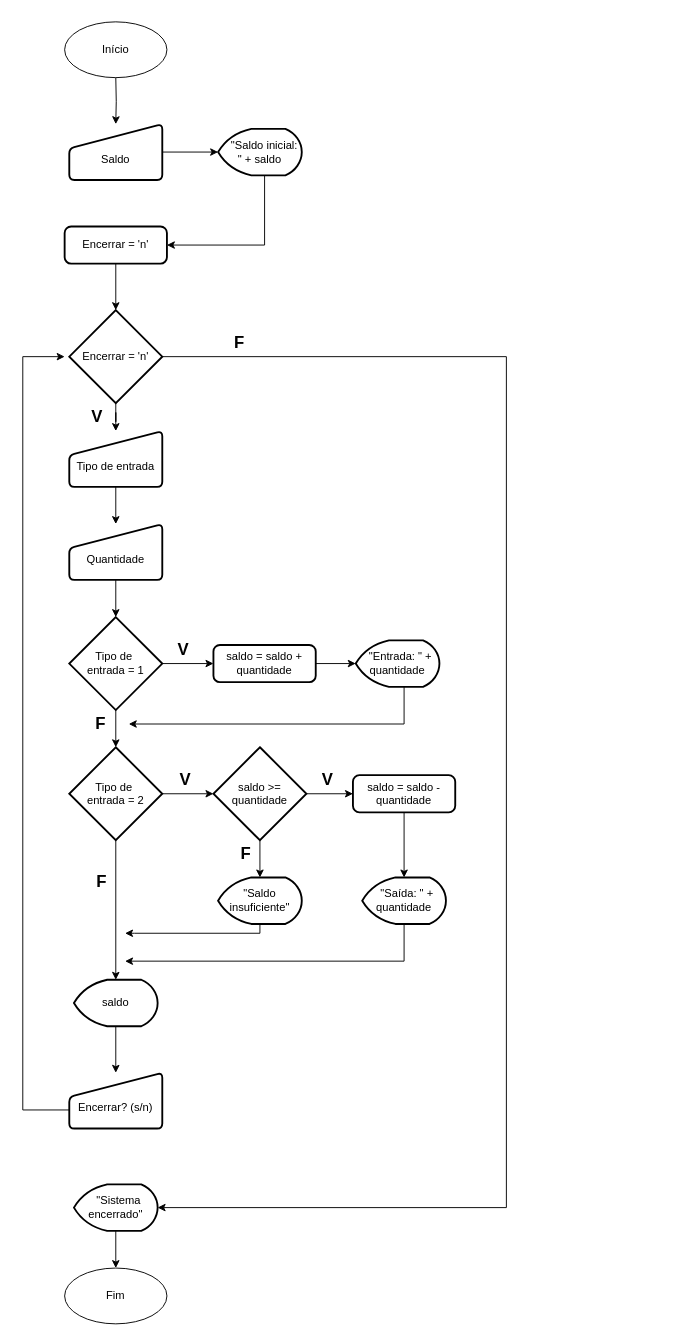
ramon-negreiros/fluxogramas keeps this draw.io diagram as Diagrama de Controle de Peças.drawio. Above is the earlier version. Source tidied: cells renumbered, new cells numbered last; positions are measured from the earlier drawing's top-left corner, leaving out a move shared by most shapes. Both pictures are drawn from the tidied source at 93%, with x=0, y=0 at pixel (22, 21).
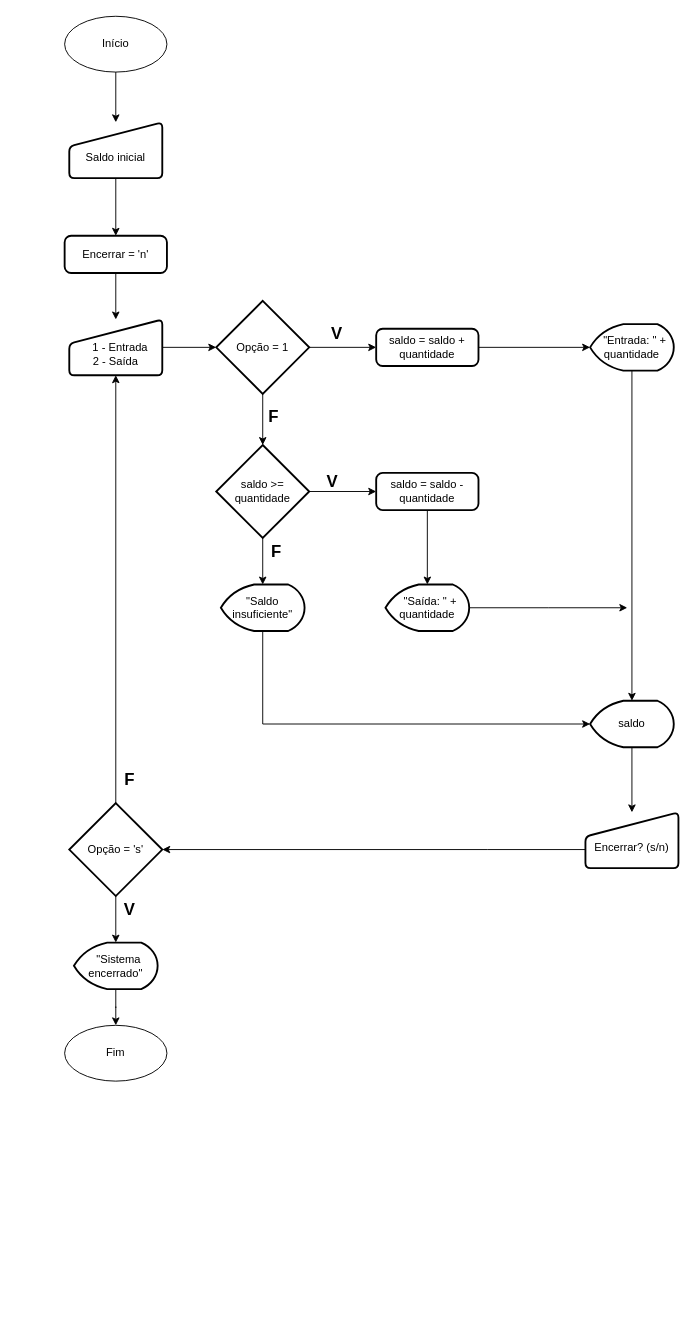
Above is the later version.

Diff of the diagram source:
```diff
@@
-    <mxCell id="2" style="edgeStyle=orthogonalEdgeStyle;rounded=0;jettySize=auto;html=1;" parent="1" edge="1" target="4">
-      <mxGeometry relative="1" as="geometry">
-        <mxPoint x="100" y="60" as="sourcePoint" />
-      </mxGeometry>
-    </mxCell>
-    <mxCell id="3" style="edgeStyle=orthogonalEdgeStyle;rounded=0;jettySize=auto;html=1;" parent="1" edge="1" source="4" target="6">
-      <mxGeometry relative="1" as="geometry" />
-    </mxCell>
+    <mxCell id="51" style="edgeStyle=orthogonalEdgeStyle;rounded=0;jettySize=auto;html=1;" parent="1" edge="1" source="4" target="8">
+      <mxGeometry relative="1" as="geometry" />
+    </mxCell>
-    <mxCell id="4" value="&lt;div&gt;&lt;br&gt;&lt;/div&gt;Saldo" style="html=1;strokeWidth=2;shape=manualInput;whiteSpace=wrap;rounded=1;size=26;arcSize=11;" parent="1" vertex="1">
-      <mxGeometry x="50" y="110" width="100" height="60" as="geometry" />
+    <mxCell id="4" value="&lt;div&gt;&lt;br&gt;&lt;/div&gt;&lt;div&gt;Saldo inicial&lt;/div&gt;" style="html=1;strokeWidth=2;shape=manualInput;whiteSpace=wrap;rounded=1;size=26;arcSize=11;" parent="1" vertex="1">
+      <mxGeometry x="50" y="108" width="100" height="60" as="geometry" />
     </mxCell>
-    <mxCell id="5" style="edgeStyle=orthogonalEdgeStyle;rounded=0;jettySize=auto;html=1;entryX=1;entryY=0.5;entryDx=0;entryDy=0;" parent="1" edge="1" source="6" target="8">
-      <mxGeometry relative="1" as="geometry">
-        <Array as="points">
-          <mxPoint x="260" y="240" />
-        </Array>
-      </mxGeometry>
-    </mxCell>
-    <mxCell id="6" value="&lt;div&gt;&lt;span style=&quot;background-color: transparent; color: light-dark(rgb(0, 0, 0), rgb(255, 255, 255));&quot;&gt;&amp;nbsp; &amp;nbsp;&quot;Saldo inicial: &quot; + saldo&lt;/span&gt;&lt;/div&gt;" style="strokeWidth=2;html=1;shape=mxgraph.flowchart.display;whiteSpace=wrap;" parent="1" vertex="1">
-      <mxGeometry x="210" y="115" width="90" height="50" as="geometry" />
-    </mxCell>
-    <mxCell id="7" style="edgeStyle=orthogonalEdgeStyle;rounded=0;jettySize=auto;html=1;" parent="1" edge="1" source="8" target="10">
-      <mxGeometry relative="1" as="geometry" />
-    </mxCell>
+    <mxCell id="52" style="edgeStyle=orthogonalEdgeStyle;rounded=0;jettySize=auto;html=1;" parent="1" edge="1" source="8" target="12">
+      <mxGeometry relative="1" as="geometry" />
+    </mxCell>
     <mxCell id="8" value="Encerrar = 'n'" style="rounded=1;whiteSpace=wrap;html=1;absoluteArcSize=1;arcSize=14;strokeWidth=2;" parent="1" vertex="1">
-      <mxGeometry x="45" y="220" width="110" height="40" as="geometry" />
+      <mxGeometry x="45" y="230" width="110" height="40" as="geometry" />
     </mxCell>
-    <mxCell id="9" style="edgeStyle=orthogonalEdgeStyle;rounded=0;jettySize=auto;html=1;" parent="1" edge="1" source="10" target="12">
-      <mxGeometry relative="1" as="geometry" />
-    </mxCell>
-    <mxCell id="10" value="Encerrar = 'n'" style="strokeWidth=2;html=1;shape=mxgraph.flowchart.decision;whiteSpace=wrap;" parent="1" vertex="1">
-      <mxGeometry x="50" y="310" width="100" height="100" as="geometry" />
-    </mxCell>
-    <mxCell id="11" style="edgeStyle=orthogonalEdgeStyle;rounded=0;jettySize=auto;html=1;" parent="1" edge="1" source="12" target="14">
-      <mxGeometry relative="1" as="geometry" />
-    </mxCell>
+    <mxCell id="53" style="edgeStyle=orthogonalEdgeStyle;rounded=0;jettySize=auto;html=1;" parent="1" edge="1" source="12" target="61">
+      <mxGeometry relative="1" as="geometry" />
+    </mxCell>
-    <mxCell id="12" value="&lt;div&gt;&lt;br&gt;&lt;/div&gt;Tipo de entrada" style="html=1;strokeWidth=2;shape=manualInput;whiteSpace=wrap;rounded=1;size=26;arcSize=11;" parent="1" vertex="1">
-      <mxGeometry x="50" y="440" width="100" height="60" as="geometry" />
+    <mxCell id="12" value="&lt;div&gt;&lt;br&gt;&lt;/div&gt;&amp;nbsp; &amp;nbsp;1 - Entrada&lt;div&gt;2 - Saída&lt;/div&gt;" style="html=1;strokeWidth=2;shape=manualInput;whiteSpace=wrap;rounded=1;size=26;arcSize=11;" parent="1" vertex="1">
+      <mxGeometry x="50" y="320" width="100" height="60" as="geometry" />
     </mxCell>
-    <mxCell id="13" style="edgeStyle=orthogonalEdgeStyle;rounded=0;jettySize=auto;html=1;" parent="1" edge="1" source="14" target="17">
-      <mxGeometry relative="1" as="geometry" />
-    </mxCell>
-    <mxCell id="14" value="&lt;div&gt;&lt;br&gt;&lt;/div&gt;Quantidade" style="html=1;strokeWidth=2;shape=manualInput;whiteSpace=wrap;rounded=1;size=26;arcSize=11;" parent="1" vertex="1">
-      <mxGeometry x="50" y="540" width="100" height="60" as="geometry" />
-    </mxCell>
-    <mxCell id="15" style="edgeStyle=orthogonalEdgeStyle;rounded=0;jettySize=auto;html=1;" parent="1" edge="1" source="17" target="19">
-      <mxGeometry relative="1" as="geometry" />
-    </mxCell>
-    <mxCell id="16" style="edgeStyle=orthogonalEdgeStyle;rounded=0;jettySize=auto;html=1;" parent="1" edge="1" source="17" target="24">
-      <mxGeometry relative="1" as="geometry" />
-    </mxCell>
-    <mxCell id="17" value="Tipo de&amp;nbsp;&lt;div&gt;entrada = 1&lt;/div&gt;" style="strokeWidth=2;html=1;shape=mxgraph.flowchart.decision;whiteSpace=wrap;" parent="1" vertex="1">
-      <mxGeometry x="50" y="640" width="100" height="100" as="geometry" />
-    </mxCell>
@@
     <mxCell id="19" value="saldo = saldo + quantidade" style="rounded=1;whiteSpace=wrap;html=1;absoluteArcSize=1;arcSize=14;strokeWidth=2;" parent="1" vertex="1">
-      <mxGeometry x="205" y="670" width="110" height="40" as="geometry" />
+      <mxGeometry x="380" y="330" width="110" height="40" as="geometry" />
     </mxCell>
-    <mxCell id="20" style="edgeStyle=orthogonalEdgeStyle;rounded=0;jettySize=auto;html=1;entryX=1;entryY=0.5;entryDx=0;entryDy=0;" parent="1" edge="1" source="21" target="25">
-      <mxGeometry relative="1" as="geometry">
-        <Array as="points">
-          <mxPoint x="410" y="755" />
-        </Array>
-      </mxGeometry>
-    </mxCell>
     <mxCell id="21" value="&amp;nbsp; &quot;Entrada: &quot; + quantidade" style="strokeWidth=2;html=1;shape=mxgraph.flowchart.display;whiteSpace=wrap;" parent="1" vertex="1">
-      <mxGeometry x="358" y="665" width="90" height="50" as="geometry" />
+      <mxGeometry x="610" y="325" width="90" height="50" as="geometry" />
     </mxCell>
-    <mxCell id="22" value="&lt;b&gt;&lt;font style=&quot;font-size: 18px;&quot;&gt;V&lt;/font&gt;&lt;/b&gt;" style="text;strokeColor=none;align=center;fillColor=none;html=1;verticalAlign=middle;whiteSpace=wrap;rounded=0;" parent="1" vertex="1">
-      <mxGeometry x="143" y="660" width="60" height="30" as="geometry" />
-    </mxCell>
-    <mxCell id="23" style="edgeStyle=orthogonalEdgeStyle;rounded=0;jettySize=auto;html=1;" parent="1" edge="1" source="24" target="28">
-      <mxGeometry relative="1" as="geometry" />
-    </mxCell>
-    <mxCell id="24" value="Tipo de&amp;nbsp;&lt;div&gt;entrada = 2&lt;/div&gt;" style="strokeWidth=2;html=1;shape=mxgraph.flowchart.decision;whiteSpace=wrap;" parent="1" vertex="1">
-      <mxGeometry x="50" y="780" width="100" height="100" as="geometry" />
-    </mxCell>
-    <mxCell id="25" value="&lt;b&gt;&lt;font style=&quot;font-size: 18px;&quot;&gt;F&lt;/font&gt;&lt;/b&gt;" style="text;strokeColor=none;align=center;fillColor=none;html=1;verticalAlign=middle;whiteSpace=wrap;rounded=0;" parent="1" vertex="1">
-      <mxGeometry x="54" y="740" width="60" height="30" as="geometry" />
-    </mxCell>
@@
     <mxCell id="28" value="saldo &amp;gt;= quantidade" style="strokeWidth=2;html=1;shape=mxgraph.flowchart.decision;whiteSpace=wrap;" parent="1" vertex="1">
-      <mxGeometry x="205" y="780" width="100" height="100" as="geometry" />
+      <mxGeometry x="208" y="455" width="100" height="100" as="geometry" />
     </mxCell>
-    <mxCell id="29" value="&lt;b&gt;&lt;font style=&quot;font-size: 18px;&quot;&gt;V&lt;/font&gt;&lt;/b&gt;" style="text;strokeColor=none;align=center;fillColor=none;html=1;verticalAlign=middle;whiteSpace=wrap;rounded=0;" parent="1" vertex="1">
-      <mxGeometry x="145" y="800" width="60" height="30" as="geometry" />
-    </mxCell>
@@
     <mxCell id="31" value="saldo = saldo - quantidade" style="rounded=1;whiteSpace=wrap;html=1;absoluteArcSize=1;arcSize=14;strokeWidth=2;" parent="1" vertex="1">
-      <mxGeometry x="355" y="810" width="110" height="40" as="geometry" />
+      <mxGeometry x="380" y="485" width="110" height="40" as="geometry" />
     </mxCell>
     <mxCell id="32" value="&lt;b&gt;&lt;font style=&quot;font-size: 18px;&quot;&gt;V&lt;/font&gt;&lt;/b&gt;" style="text;strokeColor=none;align=center;fillColor=none;html=1;verticalAlign=middle;whiteSpace=wrap;rounded=0;" parent="1" vertex="1">
-      <mxGeometry x="298" y="800" width="60" height="30" as="geometry" />
+      <mxGeometry x="303" y="480" width="60" height="30" as="geometry" />
     </mxCell>
-    <mxCell id="33" style="edgeStyle=orthogonalEdgeStyle;rounded=0;jettySize=auto;html=1;" parent="1" edge="1" source="34">
-      <mxGeometry relative="1" as="geometry">
-        <mxPoint x="110" y="980" as="targetPoint" />
-        <Array as="points">
-          <mxPoint x="255" y="980" />
-          <mxPoint x="120" y="980" />
-        </Array>
-      </mxGeometry>
-    </mxCell>
     <mxCell id="34" value="&quot;Saldo insuficiente&quot;" style="strokeWidth=2;html=1;shape=mxgraph.flowchart.display;whiteSpace=wrap;" parent="1" vertex="1">
-      <mxGeometry x="210" y="920" width="90" height="50" as="geometry" />
+      <mxGeometry x="213" y="605" width="90" height="50" as="geometry" />
     </mxCell>
     <mxCell id="35" value="&lt;b&gt;&lt;font style=&quot;font-size: 18px;&quot;&gt;F&lt;/font&gt;&lt;/b&gt;" style="text;strokeColor=none;align=center;fillColor=none;html=1;verticalAlign=middle;whiteSpace=wrap;rounded=0;" parent="1" vertex="1">
-      <mxGeometry x="210" y="880" width="60" height="30" as="geometry" />
+      <mxGeometry x="243" y="555" width="60" height="30" as="geometry" />
     </mxCell>
-    <mxCell id="36" style="edgeStyle=orthogonalEdgeStyle;rounded=0;jettySize=auto;html=1;" parent="1" edge="1" source="37">
-      <mxGeometry relative="1" as="geometry">
-        <mxPoint x="110" y="1010" as="targetPoint" />
-        <Array as="points">
-          <mxPoint x="410" y="1010" />
-        </Array>
-      </mxGeometry>
-    </mxCell>
+    <mxCell id="54" style="edgeStyle=orthogonalEdgeStyle;rounded=0;jettySize=auto;html=1;" parent="1" edge="1" source="37">
+      <mxGeometry relative="1" as="geometry">
+        <mxPoint x="650" y="630" as="targetPoint" />
+      </mxGeometry>
+    </mxCell>
     <mxCell id="37" value="&amp;nbsp; &quot;Saída: &quot; + quantidade" style="strokeWidth=2;html=1;shape=mxgraph.flowchart.display;whiteSpace=wrap;" parent="1" vertex="1">
-      <mxGeometry x="365" y="920" width="90" height="50" as="geometry" />
+      <mxGeometry x="390" y="605" width="90" height="50" as="geometry" />
     </mxCell>
@@
     <mxCell id="39" value="saldo" style="strokeWidth=2;html=1;shape=mxgraph.flowchart.display;whiteSpace=wrap;" parent="1" vertex="1">
-      <mxGeometry x="55" y="1030" width="90" height="50" as="geometry" />
+      <mxGeometry x="610" y="730" width="90" height="50" as="geometry" />
     </mxCell>
-    <mxCell id="40" style="edgeStyle=orthogonalEdgeStyle;rounded=0;jettySize=auto;html=1;entryX=0.5;entryY=0;entryDx=0;entryDy=0;entryPerimeter=0;" parent="1" edge="1" source="24" target="39">
-      <mxGeometry relative="1" as="geometry" />
-    </mxCell>
-    <mxCell id="41" value="&lt;b&gt;&lt;font style=&quot;font-size: 18px;&quot;&gt;F&lt;/font&gt;&lt;/b&gt;" style="text;strokeColor=none;align=center;fillColor=none;html=1;verticalAlign=middle;whiteSpace=wrap;rounded=0;" parent="1" vertex="1">
-      <mxGeometry x="55" y="910" width="60" height="30" as="geometry" />
-    </mxCell>
-    <mxCell id="42" style="edgeStyle=orthogonalEdgeStyle;rounded=0;jettySize=auto;html=1;" parent="1" edge="1" source="43">
-      <mxGeometry relative="1" as="geometry">
-        <mxPoint x="45" y="360" as="targetPoint" />
-        <Array as="points">
-          <mxPoint y="1170" />
-          <mxPoint y="360" />
-          <mxPoint x="45" y="360" />
-        </Array>
-      </mxGeometry>
-    </mxCell>
+    <mxCell id="55" style="edgeStyle=orthogonalEdgeStyle;rounded=0;jettySize=auto;html=1;" parent="1" edge="1" source="43" target="66">
+      <mxGeometry relative="1" as="geometry">
+        <Array as="points">
+          <mxPoint x="500" y="890" />
+          <mxPoint x="500" y="890" />
+        </Array>
+      </mxGeometry>
+    </mxCell>
     <mxCell id="43" value="&lt;div&gt;&lt;br&gt;&lt;/div&gt;Encerrar? (s/n)" style="html=1;strokeWidth=2;shape=manualInput;whiteSpace=wrap;rounded=1;size=26;arcSize=11;" parent="1" vertex="1">
-      <mxGeometry x="50" y="1130" width="100" height="60" as="geometry" />
+      <mxGeometry x="605" y="850" width="100" height="60" as="geometry" />
     </mxCell>
@@
     <mxCell id="45" value="&amp;nbsp; &quot;Sistema encerrado&quot;" style="strokeWidth=2;html=1;shape=mxgraph.flowchart.display;whiteSpace=wrap;" parent="1" vertex="1">
-      <mxGeometry x="55" y="1250" width="90" height="50" as="geometry" />
+      <mxGeometry x="55" y="990" width="90" height="50" as="geometry" />
     </mxCell>
-    <mxCell id="46" style="edgeStyle=orthogonalEdgeStyle;rounded=0;jettySize=auto;html=1;entryX=1;entryY=0.5;entryDx=0;entryDy=0;entryPerimeter=0;" parent="1" edge="1" source="10" target="45">
-      <mxGeometry relative="1" as="geometry">
-        <Array as="points">
-          <mxPoint x="520" y="360" />
-          <mxPoint x="520" y="1275" />
-        </Array>
-      </mxGeometry>
-    </mxCell>
-    <mxCell id="47" value="&lt;b&gt;&lt;font style=&quot;font-size: 18px;&quot;&gt;F&lt;/font&gt;&lt;/b&gt;" style="text;strokeColor=none;align=center;fillColor=none;html=1;verticalAlign=middle;whiteSpace=wrap;rounded=0;" parent="1" vertex="1">
-      <mxGeometry x="203" y="330" width="60" height="30" as="geometry" />
-    </mxCell>
-    <mxCell id="48" value="&lt;b&gt;&lt;font style=&quot;font-size: 18px;&quot;&gt;V&lt;/font&gt;&lt;/b&gt;" style="text;strokeColor=none;align=center;fillColor=none;html=1;verticalAlign=middle;whiteSpace=wrap;rounded=0;" parent="1" vertex="1">
-      <mxGeometry x="50" y="410" width="60" height="30" as="geometry" />
-    </mxCell>
     <mxCell id="49" value="Fim" style="ellipse;whiteSpace=wrap;html=1;" parent="1" vertex="1">
-      <mxGeometry x="45" y="1340" width="110" height="60" as="geometry" />
+      <mxGeometry x="45" y="1079" width="110" height="60" as="geometry" />
     </mxCell>
+    <mxCell id="56" style="edgeStyle=orthogonalEdgeStyle;rounded=0;jettySize=auto;html=1;" parent="1" edge="1" source="50" target="4">
+      <mxGeometry relative="1" as="geometry" />
+    </mxCell>
     <mxCell id="50" value="Início" style="ellipse;whiteSpace=wrap;html=1;" parent="1" vertex="1">
-      <mxGeometry x="45" width="110" height="60" as="geometry" />
+      <mxGeometry x="45" y="-6" width="110" height="60" as="geometry" />
     </mxCell>
+    <mxCell id="57" style="edgeStyle=orthogonalEdgeStyle;rounded=0;jettySize=auto;html=1;entryX=0.5;entryY=0;entryDx=0;entryDy=0;entryPerimeter=0;" parent="1" edge="1" source="21" target="39">
+      <mxGeometry relative="1" as="geometry" />
+    </mxCell>
+    <mxCell id="58" style="edgeStyle=orthogonalEdgeStyle;rounded=0;jettySize=auto;html=1;entryX=0;entryY=0.5;entryDx=0;entryDy=0;entryPerimeter=0;" parent="1" edge="1" source="34" target="39">
+      <mxGeometry relative="1" as="geometry">
+        <Array as="points">
+          <mxPoint x="258" y="755" />
+        </Array>
+      </mxGeometry>
+    </mxCell>
+    <mxCell id="59" style="edgeStyle=orthogonalEdgeStyle;rounded=0;jettySize=auto;html=1;" parent="1" edge="1" source="61" target="19">
+      <mxGeometry relative="1" as="geometry" />
+    </mxCell>
+    <mxCell id="60" style="edgeStyle=orthogonalEdgeStyle;rounded=0;jettySize=auto;html=1;" parent="1" edge="1" source="61" target="28">
+      <mxGeometry relative="1" as="geometry" />
+    </mxCell>
+    <mxCell id="61" value="Opção = 1" style="strokeWidth=2;html=1;shape=mxgraph.flowchart.decision;whiteSpace=wrap;" parent="1" vertex="1">
+      <mxGeometry x="208" y="300" width="100" height="100" as="geometry" />
+    </mxCell>
+    <mxCell id="62" value="&lt;b&gt;&lt;font style=&quot;font-size: 18px;&quot;&gt;V&lt;/font&gt;&lt;/b&gt;" style="text;strokeColor=none;align=center;fillColor=none;html=1;verticalAlign=middle;whiteSpace=wrap;rounded=0;" parent="1" vertex="1">
+      <mxGeometry x="308" y="320" width="60" height="30" as="geometry" />
+    </mxCell>
+    <mxCell id="63" value="&lt;b&gt;&lt;font style=&quot;font-size: 18px;&quot;&gt;F&lt;/font&gt;&lt;/b&gt;" style="text;strokeColor=none;align=center;fillColor=none;html=1;verticalAlign=middle;whiteSpace=wrap;rounded=0;" parent="1" vertex="1">
+      <mxGeometry x="240" y="410" width="60" height="30" as="geometry" />
+    </mxCell>
+    <mxCell id="64" style="edgeStyle=orthogonalEdgeStyle;rounded=0;jettySize=auto;html=1;entryX=0.5;entryY=1;entryDx=0;entryDy=0;" parent="1" edge="1" source="66" target="12">
+      <mxGeometry relative="1" as="geometry" />
+    </mxCell>
+    <mxCell id="65" style="edgeStyle=orthogonalEdgeStyle;rounded=0;jettySize=auto;html=1;" parent="1" edge="1" source="66" target="45">
+      <mxGeometry relative="1" as="geometry" />
+    </mxCell>
+    <mxCell id="66" value="Opção = 's'" style="strokeWidth=2;html=1;shape=mxgraph.flowchart.decision;whiteSpace=wrap;" parent="1" vertex="1">
+      <mxGeometry x="50" y="840" width="100" height="100" as="geometry" />
+    </mxCell>
+    <mxCell id="67" value="&lt;b&gt;&lt;font style=&quot;font-size: 18px;&quot;&gt;V&lt;/font&gt;&lt;/b&gt;" style="text;strokeColor=none;align=center;fillColor=none;html=1;verticalAlign=middle;whiteSpace=wrap;rounded=0;" parent="1" vertex="1">
+      <mxGeometry x="85" y="940" width="60" height="30" as="geometry" />
+    </mxCell>
+    <mxCell id="68" value="&lt;b&gt;&lt;font style=&quot;font-size: 18px;&quot;&gt;F&lt;/font&gt;&lt;/b&gt;" style="text;strokeColor=none;align=center;fillColor=none;html=1;verticalAlign=middle;whiteSpace=wrap;rounded=0;" parent="1" vertex="1">
+      <mxGeometry x="85" y="800" width="60" height="30" as="geometry" />
+    </mxCell>
```
